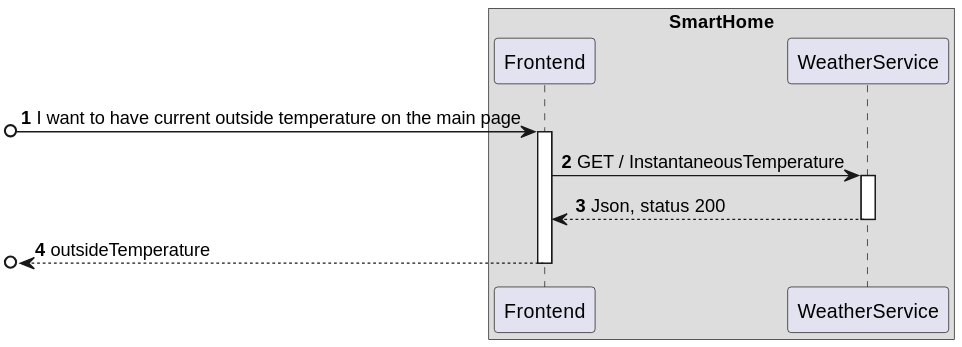
Earlier version of the PlantUML export docs/C4_4plus1_models/Level2/ProcessView/ProcessViewLevel2_UC18_v2.svg (moutajDev/smarthome).
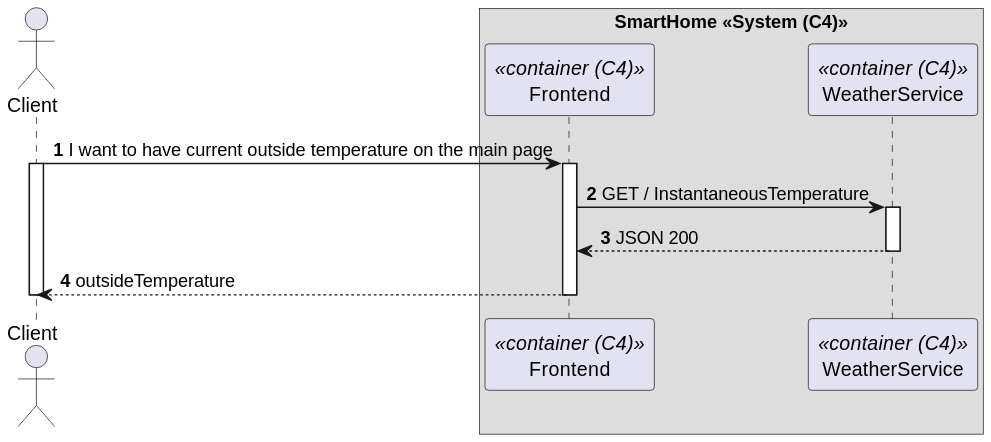
Above is the later version.

Change to the diagram source:
```diff
@@ -4,23 +4,25 @@
 autonumber
 
 
-
-    box SmartHome
-    participant Frontend as FE
-    participant WeatherService as WS
+actor "Client" as User
+    box SmartHome <<System (C4)>>
+    participant Frontend as FE<<container (C4)>>
+    participant WeatherService as WS<<container (C4)>>
     end box
 
 
 
-[o-> FE : I want to have current outside temperature on the main page
+User -> FE : I want to have current outside temperature on the main page
 activate FE
+activate User
 
 FE -> WS : GET / InstantaneousTemperature
 activate WS
 
-WS --> FE : Json, status 200
+WS --> FE : JSON 200
 deactivate WS
 
-[o<-- FE : outsideTemperature
+User <-- FE : outsideTemperature
 deactivate FE
+deactivate User
 @enduml
```
